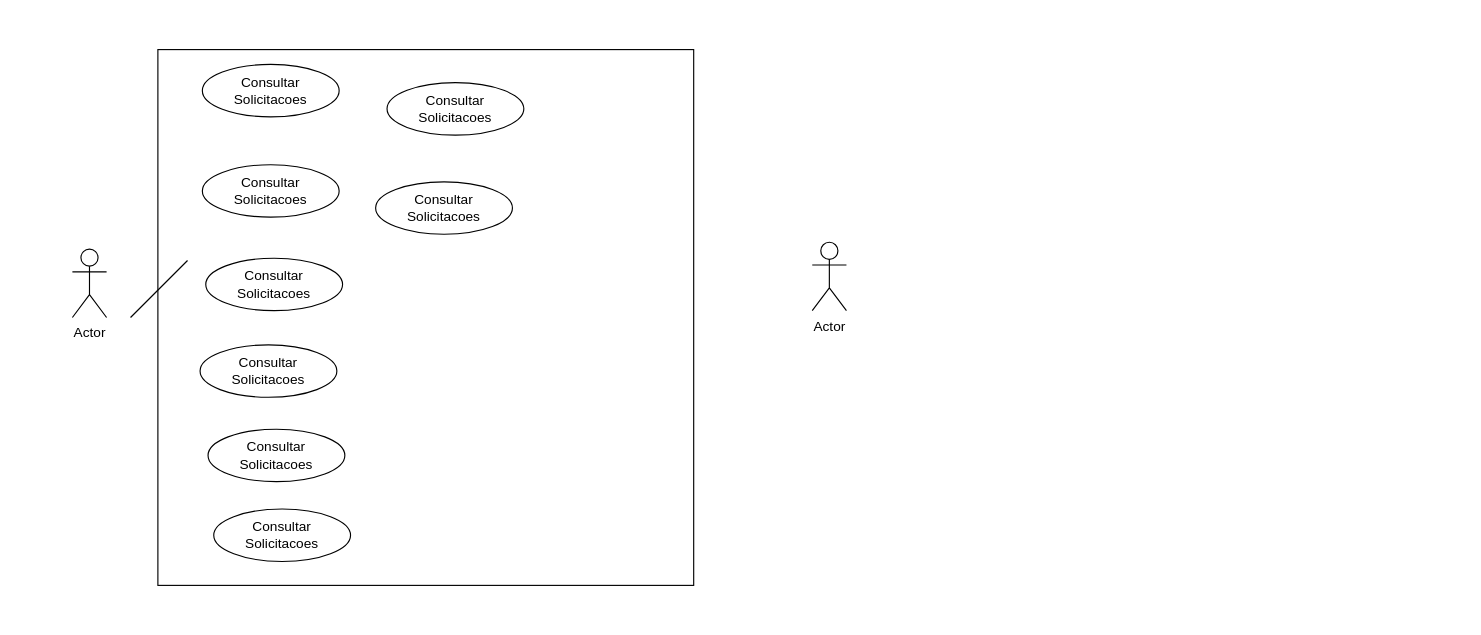
The draw.io diagram diagrama_de_classe.drawio in sidnneygove/diagramas, before the edit. Source tidied: cells renumbered, new cells numbered last; positions are measured from the earlier drawing's top-left corner, leaving out a move shared by most shapes. Both pictures are drawn from the tidied source at 114%, with x=0, y=0 at pixel (72, 49).
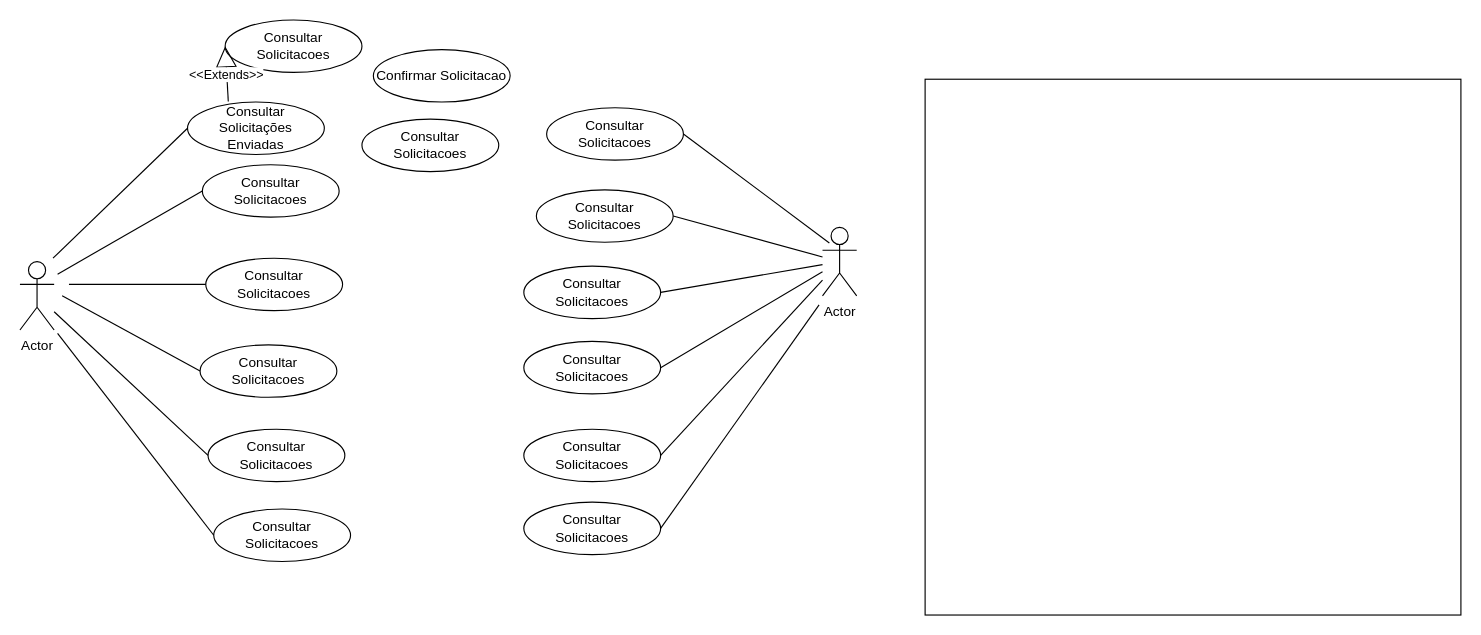
Above is the later version.

Unchanged cells that the change refers to:
```xml
<mxCell id="5" value="Consultar Solicitacoes" style="ellipse;whiteSpace=wrap;html=1;" parent="1" vertex="1">
  <mxGeometry x="114" y="101" width="120" height="46" as="geometry" />
</mxCell>
<mxCell id="8" value="Consultar Solicitacoes" style="ellipse;whiteSpace=wrap;html=1;" parent="1" vertex="1">
  <mxGeometry x="124" y="403" width="120" height="46" as="geometry" />
</mxCell>
<mxCell id="9" value="Consultar Solicitacoes" style="ellipse;whiteSpace=wrap;html=1;" parent="1" vertex="1">
  <mxGeometry x="117" y="183" width="120" height="46" as="geometry" />
</mxCell>
<mxCell id="10" value="Consultar Solicitacoes" style="ellipse;whiteSpace=wrap;html=1;" parent="1" vertex="1">
  <mxGeometry x="119" y="333" width="120" height="46" as="geometry" />
</mxCell>
<mxCell id="11" value="Consultar Solicitacoes" style="ellipse;whiteSpace=wrap;html=1;" parent="1" vertex="1">
  <mxGeometry x="112" y="259" width="120" height="46" as="geometry" />
</mxCell>
```

Diff of the diagram source:
```diff
@@
     <mxCell id="2" style="whiteSpace=wrap;html=1;" parent="1" vertex="1">
-      <mxGeometry x="75" width="470" height="470" as="geometry" />
+      <mxGeometry x="748" y="26" width="470" height="470" as="geometry" />
     </mxCell>
     <mxCell id="3" value="Actor" style="shape=umlActor;verticalLabelPosition=bottom;verticalAlign=top;html=1;outlineConnect=0;" parent="1" vertex="1">
-      <mxGeometry y="175" width="30" height="60" as="geometry" />
+      <mxGeometry x="-46" y="186" width="30" height="60" as="geometry" />
     </mxCell>
-    <mxCell id="4" value="Actor" style="shape=umlActor;verticalLabelPosition=bottom;verticalAlign=top;html=1;outlineConnect=0;" parent="1" vertex="1">
-      <mxGeometry x="649" y="169" width="30" height="60" as="geometry" />
-    </mxCell>
@@
-    <mxCell id="6" value="Consultar Solicitacoes" style="ellipse;whiteSpace=wrap;html=1;" parent="1" vertex="1">
-      <mxGeometry x="266" y="116" width="120" height="46" as="geometry" />
+    <mxCell id="6" value="Confirmar Solicitacao" style="ellipse;whiteSpace=wrap;html=1;" parent="1" vertex="1">
+      <mxGeometry x="264" width="120" height="46" as="geometry" />
     </mxCell>
     <mxCell id="7" value="Consultar Solicitacoes" style="ellipse;whiteSpace=wrap;html=1;" parent="1" vertex="1">
-      <mxGeometry x="276" y="29" width="120" height="46" as="geometry" />
+      <mxGeometry x="134" y="-26" width="120" height="46" as="geometry" />
     </mxCell>
@@
-    <mxCell id="12" value="Consultar Solicitacoes" style="ellipse;whiteSpace=wrap;html=1;" parent="1" vertex="1">
-      <mxGeometry x="114" y="13" width="120" height="46" as="geometry" />
+    <mxCell id="12" value="Consultar Solicitações&lt;br&gt;Enviadas" style="ellipse;whiteSpace=wrap;html=1;" parent="1" vertex="1">
+      <mxGeometry x="101" y="46" width="120" height="46" as="geometry" />
     </mxCell>
-    <mxCell id="13" style="endArrow=none;html=1;rounded=0;" parent="1" edge="1">
-      <mxGeometry relative="1" as="geometry">
-        <mxPoint x="51" y="235" as="sourcePoint" />
-        <mxPoint x="101" y="185" as="targetPoint" />
-      </mxGeometry>
-    </mxCell>
+    <mxCell id="14" style="endArrow=none;html=1;rounded=0;entryX=0;entryY=0.5;entryDx=0;entryDy=0;" parent="1" edge="1" target="12">
+      <mxGeometry relative="1" as="geometry">
+        <mxPoint x="-17" y="183" as="sourcePoint" />
+      </mxGeometry>
+    </mxCell>
+    <mxCell id="15" style="endArrow=none;html=1;rounded=0;entryX=0;entryY=0.5;entryDx=0;entryDy=0;" parent="1" edge="1" target="9">
+      <mxGeometry relative="1" as="geometry">
+        <mxPoint x="-3" y="206" as="sourcePoint" />
+      </mxGeometry>
+    </mxCell>
+    <mxCell id="16" style="endArrow=none;html=1;rounded=0;entryX=0;entryY=0.5;entryDx=0;entryDy=0;" parent="1" edge="1" target="5">
+      <mxGeometry relative="1" as="geometry">
+        <mxPoint x="-13" y="197" as="sourcePoint" />
+      </mxGeometry>
+    </mxCell>
+    <mxCell id="17" style="endArrow=none;html=1;rounded=0;entryX=0;entryY=0.5;entryDx=0;entryDy=0;" parent="1" edge="1" target="8">
+      <mxGeometry relative="1" as="geometry">
+        <mxPoint x="-13" y="249" as="sourcePoint" />
+      </mxGeometry>
+    </mxCell>
+    <mxCell id="18" style="endArrow=none;html=1;rounded=0;entryX=0;entryY=0.5;entryDx=0;entryDy=0;" parent="1" edge="1" target="11">
+      <mxGeometry relative="1" as="geometry">
+        <mxPoint x="-9" y="216" as="sourcePoint" />
+      </mxGeometry>
+    </mxCell>
+    <mxCell id="19" style="endArrow=none;html=1;rounded=0;entryX=0;entryY=0.5;entryDx=0;entryDy=0;" parent="1" edge="1" source="3" target="10">
+      <mxGeometry relative="1" as="geometry" />
+    </mxCell>
+    <mxCell id="4" value="Actor" style="shape=umlActor;verticalLabelPosition=bottom;verticalAlign=top;html=1;outlineConnect=0;" parent="1" vertex="1">
+      <mxGeometry x="658" y="156" width="30" height="60" as="geometry" />
+    </mxCell>
+    <mxCell id="20" value="Consultar Solicitacoes" style="ellipse;whiteSpace=wrap;html=1;" parent="1" vertex="1">
+      <mxGeometry x="407" y="123" width="120" height="46" as="geometry" />
+    </mxCell>
+    <mxCell id="21" style="edgeStyle=orthogonalEdgeStyle;rounded=0;jettySize=auto;html=1;exitX=0;exitY=0.5;exitDx=0;exitDy=0;" parent="1" edge="1" source="22">
+      <mxGeometry relative="1" as="geometry">
+        <mxPoint x="412" y="430" as="targetPoint" />
+      </mxGeometry>
+    </mxCell>
+    <mxCell id="22" value="Consultar Solicitacoes" style="ellipse;whiteSpace=wrap;html=1;" parent="1" vertex="1">
+      <mxGeometry x="396" y="397" width="120" height="46" as="geometry" />
+    </mxCell>
+    <mxCell id="23" value="Consultar Solicitacoes" style="ellipse;whiteSpace=wrap;html=1;" parent="1" vertex="1">
+      <mxGeometry x="396" y="190" width="120" height="46" as="geometry" />
+    </mxCell>
+    <mxCell id="24" value="Consultar Solicitacoes" style="ellipse;whiteSpace=wrap;html=1;" parent="1" vertex="1">
+      <mxGeometry x="396" y="333" width="120" height="46" as="geometry" />
+    </mxCell>
+    <mxCell id="25" value="Consultar Solicitacoes" style="ellipse;whiteSpace=wrap;html=1;" parent="1" vertex="1">
+      <mxGeometry x="396" y="256" width="120" height="46" as="geometry" />
+    </mxCell>
+    <mxCell id="26" style="edgeStyle=orthogonalEdgeStyle;rounded=0;orthogonalLoop=1;jettySize=auto;html=1;exitX=0;exitY=0.5;exitDx=0;exitDy=0;entryX=0;entryY=0.5;entryDx=0;entryDy=0;" parent="1" edge="1" source="27" target="27">
+      <mxGeometry relative="1" as="geometry" />
+    </mxCell>
+    <mxCell id="27" value="Consultar Solicitacoes" style="ellipse;whiteSpace=wrap;html=1;" parent="1" vertex="1">
+      <mxGeometry x="416" y="51" width="120" height="46" as="geometry" />
+    </mxCell>
+    <mxCell id="28" style="endArrow=none;html=1;rounded=0;entryX=1;entryY=0.5;entryDx=0;entryDy=0;exitX=0.2;exitY=0.227;exitDx=0;exitDy=0;exitPerimeter=0;" parent="1" edge="1" source="4" target="27">
+      <mxGeometry relative="1" as="geometry" />
+    </mxCell>
+    <mxCell id="29" style="endArrow=none;html=1;rounded=0;entryX=1;entryY=0.5;entryDx=0;entryDy=0;" parent="1" edge="1" source="4" target="23">
+      <mxGeometry relative="1" as="geometry" />
+    </mxCell>
+    <mxCell id="30" style="endArrow=none;html=1;rounded=0;entryX=1;entryY=0.5;entryDx=0;entryDy=0;" parent="1" edge="1" source="4" target="20">
+      <mxGeometry relative="1" as="geometry" />
+    </mxCell>
+    <mxCell id="31" style="endArrow=none;html=1;rounded=0;entryX=1;entryY=0.5;entryDx=0;entryDy=0;" parent="1" edge="1" source="4" target="24">
+      <mxGeometry relative="1" as="geometry" />
+    </mxCell>
+    <mxCell id="32" style="endArrow=none;html=1;rounded=0;exitX=1;exitY=0.5;exitDx=0;exitDy=0;" parent="1" edge="1" source="25" target="4">
+      <mxGeometry relative="1" as="geometry" />
+    </mxCell>
+    <mxCell id="33" style="endArrow=none;html=1;rounded=0;exitX=1;exitY=0.5;exitDx=0;exitDy=0;" parent="1" edge="1" source="22">
+      <mxGeometry relative="1" as="geometry">
+        <mxPoint x="655" y="224" as="targetPoint" />
+      </mxGeometry>
+    </mxCell>
+    <mxCell id="34" value="Consultar Solicitacoes" style="ellipse;whiteSpace=wrap;html=1;" parent="1" vertex="1">
+      <mxGeometry x="254" y="61" width="120" height="46" as="geometry" />
+    </mxCell>
+    <mxCell id="35" value="&amp;lt;&amp;lt;Extends&amp;gt;&amp;gt;" style="endArrow=block;endSize=16;endFill=0;html=1;rounded=0;exitX=0.298;exitY=-0.009;exitDx=0;exitDy=0;exitPerimeter=0;entryX=0;entryY=0.5;entryDx=0;entryDy=0;" parent="1" edge="1" source="12" target="7">
+      <mxGeometry relative="1" as="geometry" />
+    </mxCell>
```
